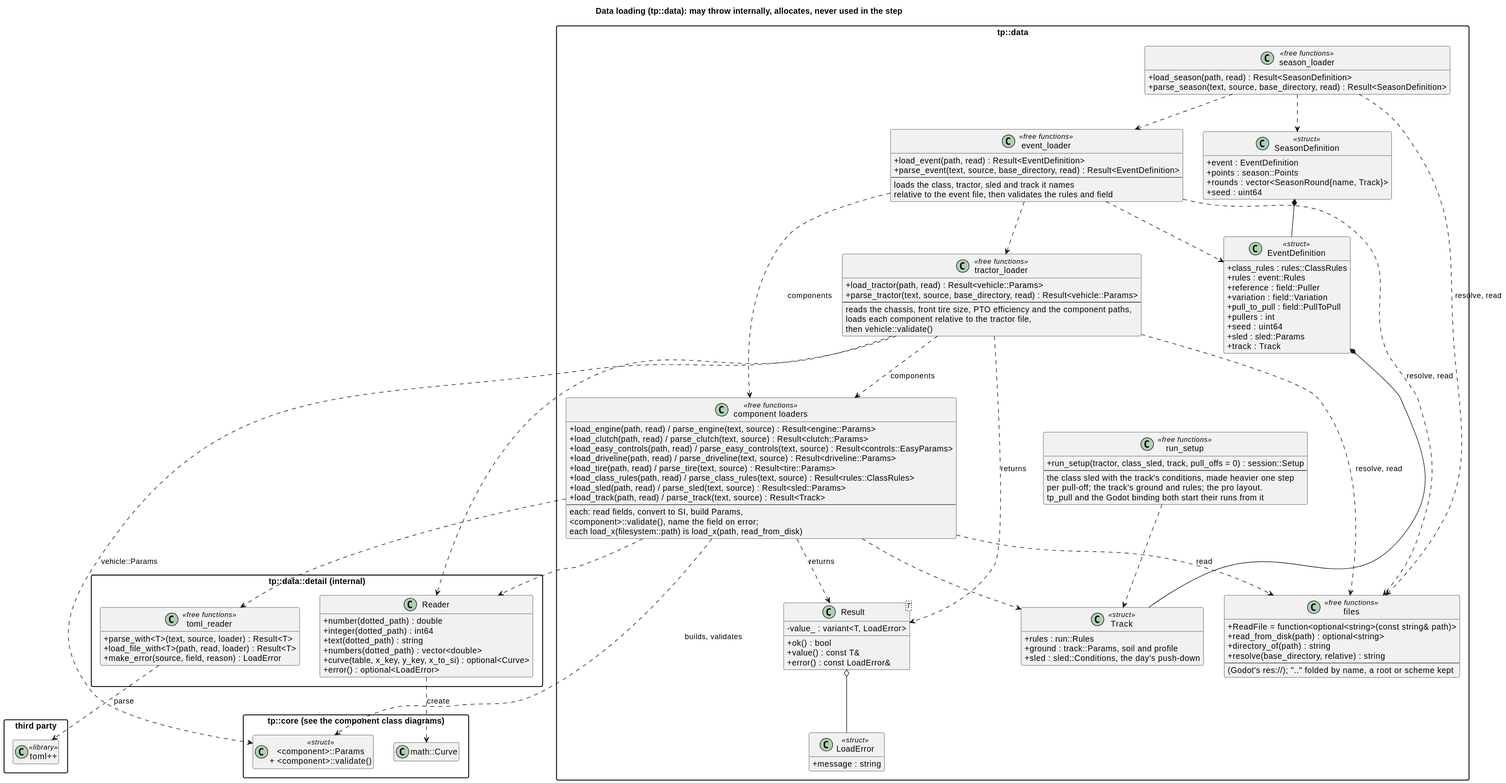
wversteeg/TractorPulling keeps this PlantUML diagram as docs/diagrams/svg/data_io_classes.svg. Above is the earlier version.
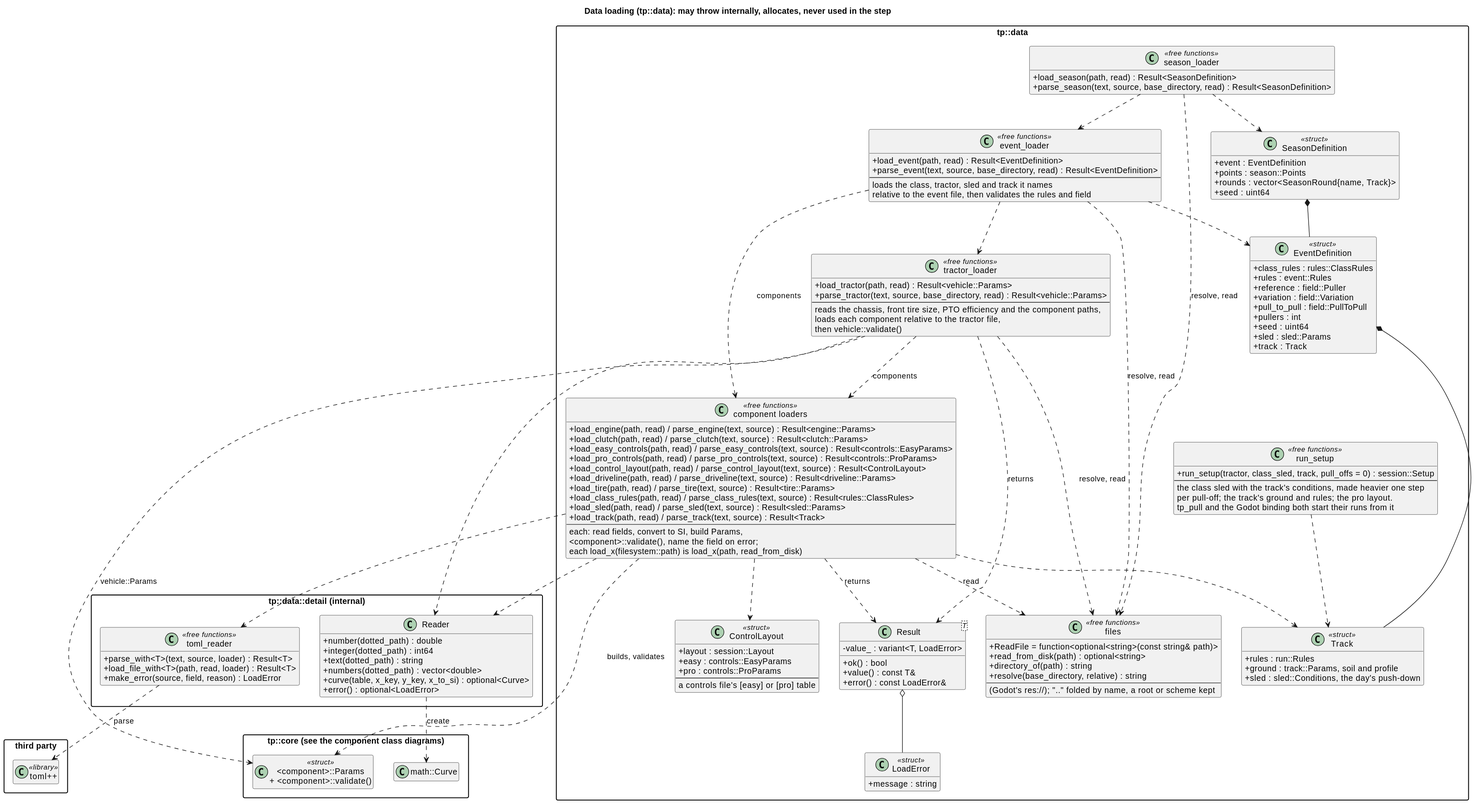
Later version of the same file.

Change to the diagram source:
```diff
@@ -27,6 +27,8 @@
     +load_engine(path, read) / parse_engine(text, source) : Result<engine::Params>
     +load_clutch(path, read) / parse_clutch(text, source) : Result<clutch::Params>
     +load_easy_controls(path, read) / parse_easy_controls(text, source) : Result<controls::EasyParams>
+    +load_pro_controls(path, read) / parse_pro_controls(text, source) : Result<controls::ProParams>
+    +load_control_layout(path, read) / parse_control_layout(text, source) : Result<ControlLayout>
     +load_driveline(path, read) / parse_driveline(text, source) : Result<driveline::Params>
     +load_tire(path, read) / parse_tire(text, source) : Result<tire::Params>
     +load_class_rules(path, read) / parse_class_rules(text, source) : Result<rules::ClassRules>
@@ -78,6 +80,14 @@
     tp_pull and the Godot binding both start their runs from it
   }
   RunSetup ..> Track
+  class ControlLayout <<struct>> {
+    +layout : session::Layout
+    +easy : controls::EasyParams
+    +pro : controls::ProParams
+    --
+    a controls file's [easy] or [pro] table
+  }
+  Loaders ..> ControlLayout
   class "tractor_loader" as TractorLoader <<free functions>> {
     +load_tractor(path, read) : Result<vehicle::Params>
     +parse_tractor(text, source, base_directory, read) : Result<vehicle::Params>
```
